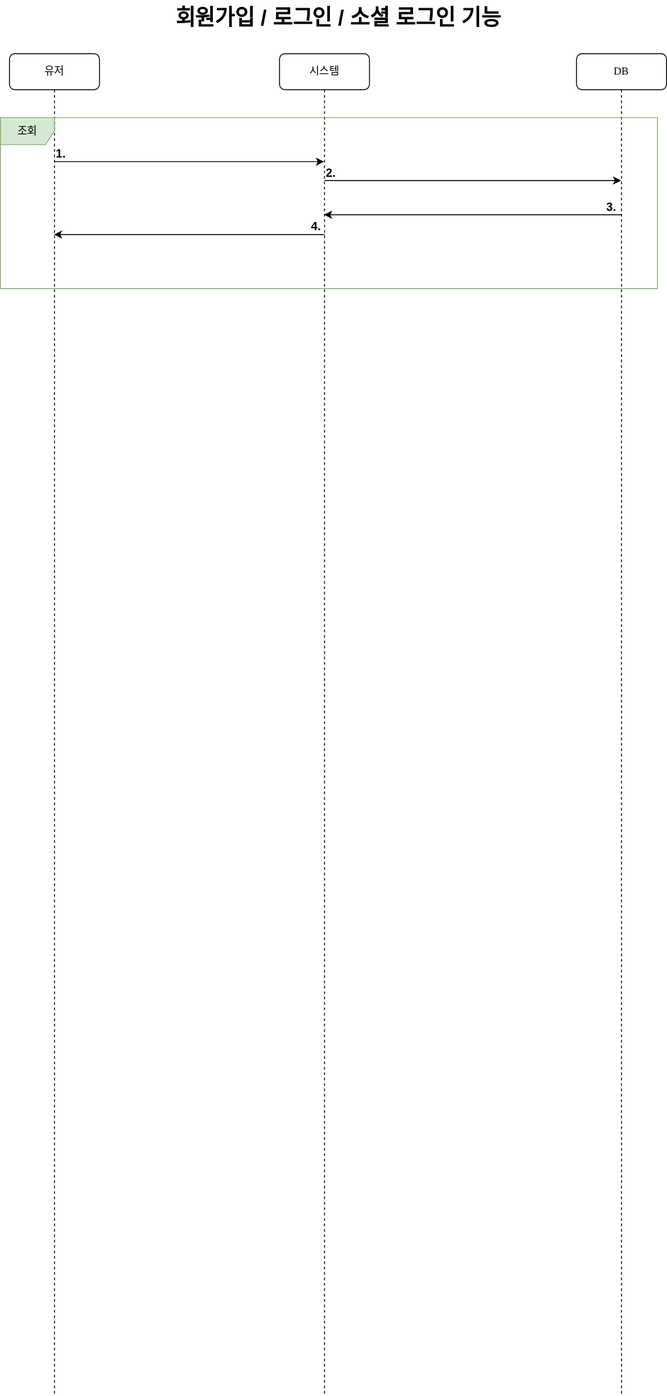
Above: documents/sequence-diagram-login.drawio.svg in mrcocoball/To-Dolist (draw.io), before the change. Source tidied: cells renumbered, new cells last; positions are measured from the earlier drawing's top-left corner, leaving out a move shared by most shapes.
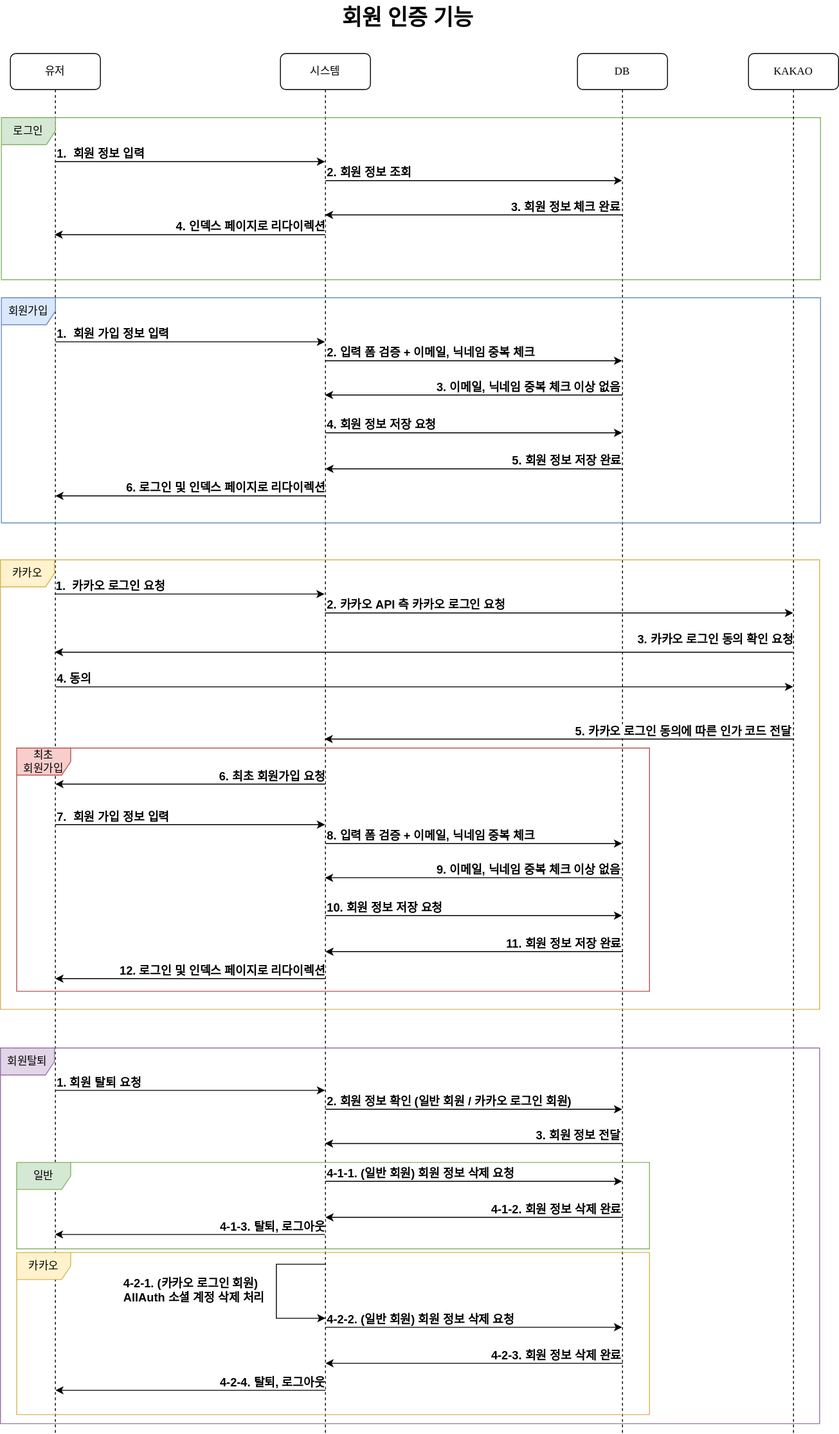
The same diagram one commit later.

Commit message:
#42 - sequence-diagram-login 수정

The edit, as a diff of the source:
```diff
@@ -2,19 +2,28 @@
   <root>
     <mxCell id="0" />
     <mxCell id="1" parent="0" />
-    <mxCell id="2" value="회원가입 / 로그인 / 소셜 로그인 기능" style="text;strokeColor=none;fillColor=none;html=1;fontSize=24;fontStyle=1;verticalAlign=middle;align=center;" parent="1" vertex="1">
-      <mxGeometry x="325" width="100" height="40" as="geometry" />
+    <mxCell id="2" value="회원 인증 기능" style="text;strokeColor=none;fillColor=none;html=1;fontSize=24;fontStyle=1;verticalAlign=middle;align=center;" parent="1" vertex="1">
+      <mxGeometry x="401" width="100" height="40" as="geometry" />
     </mxCell>
     <mxCell id="3" value="시스템" style="shape=umlLifeline;perimeter=lifelinePerimeter;whiteSpace=wrap;html=1;outlineConnect=0;rounded=1;shadow=0;comic=0;labelBackgroundColor=none;strokeWidth=1;fontFamily=Verdana;fontSize=12;align=center;" parent="1" vertex="1">
-      <mxGeometry x="310" y="59" width="100" height="1491" as="geometry" />
+      <mxGeometry x="310" y="59" width="100" height="1531" as="geometry" />
     </mxCell>
     <mxCell id="4" style="endArrow=classic;html=1;rounded=0;" parent="3" edge="1" target="8">
       <mxGeometry relative="1" as="geometry">
         <mxPoint x="50" y="201" as="sourcePoint" />
       </mxGeometry>
     </mxCell>
+    <mxCell id="15" style="endArrow=classic;html=1;rounded=0;edgeStyle=elbowEdgeStyle;" parent="3" edge="1">
+      <mxGeometry relative="1" as="geometry">
+        <mxPoint x="50.5" y="1344" as="sourcePoint" />
+        <mxPoint x="50" y="1404" as="targetPoint" />
+        <Array as="points">
+          <mxPoint x="-4.5" y="1404" />
+        </Array>
+      </mxGeometry>
+    </mxCell>
     <mxCell id="5" value="DB" style="shape=umlLifeline;perimeter=lifelinePerimeter;whiteSpace=wrap;html=1;rounded=1;shadow=0;comic=0;labelBackgroundColor=none;strokeWidth=1;fontFamily=Verdana;fontSize=12;align=center;" parent="1" vertex="1">
-      <mxGeometry x="640" y="59" width="100" height="1491" as="geometry" />
+      <mxGeometry x="640" y="59" width="100" height="1531" as="geometry" />
     </mxCell>
     <mxCell id="6" style="endArrow=classic;html=1;rounded=0;" parent="5" edge="1">
       <mxGeometry relative="1" as="geometry">
@@ -22,11 +31,11 @@
         <mxPoint x="-280.5" y="179" as="targetPoint" />
       </mxGeometry>
     </mxCell>
-    <mxCell id="7" value="3.&amp;nbsp;" style="edgeLabel;html=1;align=right;verticalAlign=middle;fontSize=13;fontStyle=1;" parent="5" vertex="1">
+    <mxCell id="7" value="3. 회원 정보 체크 완료" style="edgeLabel;html=1;align=right;verticalAlign=middle;fontSize=13;fontStyle=1;" parent="5" vertex="1">
       <mxGeometry x="48" y="169" as="geometry" />
     </mxCell>
     <mxCell id="8" value="유저" style="shape=umlLifeline;perimeter=lifelinePerimeter;whiteSpace=wrap;html=1;outlineConnect=0;rounded=1;shadow=0;comic=0;labelBackgroundColor=none;strokeWidth=1;fontFamily=Verdana;fontSize=12;align=center;" parent="1" vertex="1">
-      <mxGeometry x="10" y="59" width="100" height="1491" as="geometry" />
+      <mxGeometry x="10" y="59" width="100" height="1531" as="geometry" />
     </mxCell>
     <mxCell id="9" style="endArrow=classic;html=1;rounded=0;" parent="1" edge="1">
       <mxGeometry relative="1" as="geometry">
@@ -34,7 +43,7 @@
         <mxPoint x="359.5" y="179" as="targetPoint" />
       </mxGeometry>
     </mxCell>
-    <mxCell id="10" value="1.&amp;nbsp;" style="edgeLabel;html=1;align=left;verticalAlign=middle;fontSize=13;fontStyle=1;" parent="9" vertex="1">
+    <mxCell id="10" value="1.&amp;nbsp; 회원 정보 입력" style="edgeLabel;html=1;align=left;verticalAlign=middle;fontSize=13;fontStyle=1;" parent="9" vertex="1">
       <mxGeometry x="-0.25" y="4" relative="1" as="geometry">
         <mxPoint x="-113" y="-6" as="offset" />
       </mxGeometry>
@@ -45,14 +54,288 @@
         <mxPoint x="689.5" y="200" as="targetPoint" />
       </mxGeometry>
     </mxCell>
-    <mxCell id="12" value="2.&amp;nbsp;" style="edgeLabel;html=1;align=left;verticalAlign=middle;fontSize=13;fontStyle=1;" parent="1" vertex="1">
+    <mxCell id="12" value="2. 회원 정보 조회" style="edgeLabel;html=1;align=left;verticalAlign=middle;fontSize=13;fontStyle=1;" parent="1" vertex="1">
       <mxGeometry x="360" y="190" as="geometry" />
     </mxCell>
-    <mxCell id="13" value="4.&amp;nbsp;" style="edgeLabel;html=1;align=right;verticalAlign=middle;fontSize=13;fontStyle=1;" parent="1" vertex="1">
+    <mxCell id="13" value="4. 인덱스 페이지로 리다이렉션" style="edgeLabel;html=1;align=right;verticalAlign=middle;fontSize=13;fontStyle=1;" parent="1" vertex="1">
       <mxGeometry x="360" y="250" as="geometry" />
     </mxCell>
-    <mxCell id="14" value="조회" style="shape=umlFrame;whiteSpace=wrap;html=1;fillColor=#d5e8d4;strokeColor=#82b366;" parent="1" vertex="1">
-      <mxGeometry y="130" width="730" height="190" as="geometry" />
+    <mxCell id="14" value="로그인" style="shape=umlFrame;whiteSpace=wrap;html=1;fillColor=#d5e8d4;strokeColor=#82b366;" parent="1" vertex="1">
+      <mxGeometry y="130" width="910" height="180" as="geometry" />
     </mxCell>
+    <mxCell id="16" style="endArrow=classic;html=1;rounded=0;" parent="1" edge="1">
+      <mxGeometry relative="1" as="geometry">
+        <mxPoint x="360" y="550" as="sourcePoint" />
+        <mxPoint x="60" y="550" as="targetPoint" />
+      </mxGeometry>
+    </mxCell>
+    <mxCell id="17" style="endArrow=classic;html=1;rounded=0;" parent="1" edge="1">
+      <mxGeometry relative="1" as="geometry">
+        <mxPoint x="690" y="438" as="sourcePoint" />
+        <mxPoint x="359.5" y="438" as="targetPoint" />
+      </mxGeometry>
+    </mxCell>
+    <mxCell id="18" value="3. 이메일, 닉네임 중복 체크 이상 없음" style="edgeLabel;html=1;align=right;verticalAlign=middle;fontSize=13;fontStyle=1;" parent="1" vertex="1">
+      <mxGeometry x="688" y="428" as="geometry" />
+    </mxCell>
+    <mxCell id="19" style="endArrow=classic;html=1;rounded=0;" parent="1" edge="1">
+      <mxGeometry relative="1" as="geometry">
+        <mxPoint x="60" y="379" as="sourcePoint" />
+        <mxPoint x="359.5" y="379" as="targetPoint" />
+      </mxGeometry>
+    </mxCell>
+    <mxCell id="20" value="1.&amp;nbsp; 회원 가입 정보 입력" style="edgeLabel;html=1;align=left;verticalAlign=middle;fontSize=13;fontStyle=1;" parent="19" vertex="1">
+      <mxGeometry x="-0.25" y="4" relative="1" as="geometry">
+        <mxPoint x="-113" y="-6" as="offset" />
+      </mxGeometry>
+    </mxCell>
+    <mxCell id="21" style="endArrow=classic;html=1;rounded=0;" parent="1" edge="1">
+      <mxGeometry relative="1" as="geometry">
+        <mxPoint x="360" y="400" as="sourcePoint" />
+        <mxPoint x="689.5" y="400" as="targetPoint" />
+      </mxGeometry>
+    </mxCell>
+    <mxCell id="22" value="2. 입력 폼 검증 + 이메일, 닉네임 중복 체크" style="edgeLabel;html=1;align=left;verticalAlign=middle;fontSize=13;fontStyle=1;" parent="1" vertex="1">
+      <mxGeometry x="360" y="390" as="geometry" />
+    </mxCell>
+    <mxCell id="23" value="6. 로그인 및 인덱스 페이지로 리다이렉션" style="edgeLabel;html=1;align=right;verticalAlign=middle;fontSize=13;fontStyle=1;" parent="1" vertex="1">
+      <mxGeometry x="360" y="540" as="geometry" />
+    </mxCell>
+    <mxCell id="24" value="회원가입" style="shape=umlFrame;whiteSpace=wrap;html=1;fillColor=#dae8fc;strokeColor=#6c8ebf;" parent="1" vertex="1">
+      <mxGeometry y="330" width="910" height="250" as="geometry" />
+    </mxCell>
+    <mxCell id="25" style="endArrow=classic;html=1;rounded=0;" parent="1" edge="1">
+      <mxGeometry relative="1" as="geometry">
+        <mxPoint x="360" y="480" as="sourcePoint" />
+        <mxPoint x="689.5" y="480" as="targetPoint" />
+      </mxGeometry>
+    </mxCell>
+    <mxCell id="26" value="4. 회원 정보 저장 요청" style="edgeLabel;html=1;align=left;verticalAlign=middle;fontSize=13;fontStyle=1;" parent="1" vertex="1">
+      <mxGeometry x="360" y="470" as="geometry" />
+    </mxCell>
+    <mxCell id="27" style="endArrow=classic;html=1;rounded=0;" parent="1" edge="1">
+      <mxGeometry relative="1" as="geometry">
+        <mxPoint x="690.5" y="520" as="sourcePoint" />
+        <mxPoint x="360" y="520" as="targetPoint" />
+      </mxGeometry>
+    </mxCell>
+    <mxCell id="28" value="5. 회원 정보 저장 완료" style="edgeLabel;html=1;align=right;verticalAlign=middle;fontSize=13;fontStyle=1;" parent="1" vertex="1">
+      <mxGeometry x="688.5" y="510" as="geometry" />
+    </mxCell>
+    <mxCell id="29" style="endArrow=classic;html=1;rounded=0;" parent="1" edge="1">
+      <mxGeometry relative="1" as="geometry">
+        <mxPoint x="879.5" y="723.5" as="sourcePoint" />
+        <mxPoint x="59.5" y="723.5" as="targetPoint" />
+      </mxGeometry>
+    </mxCell>
+    <mxCell id="30" value="3. 카카오 로그인 동의 확인 요청" style="edgeLabel;html=1;align=right;verticalAlign=middle;fontSize=13;fontStyle=1;" parent="1" vertex="1">
+      <mxGeometry x="880" y="708" as="geometry" />
+    </mxCell>
+    <mxCell id="31" style="endArrow=classic;html=1;rounded=0;" parent="1" edge="1">
+      <mxGeometry relative="1" as="geometry">
+        <mxPoint x="59.5" y="659" as="sourcePoint" />
+        <mxPoint x="359" y="659" as="targetPoint" />
+      </mxGeometry>
+    </mxCell>
+    <mxCell id="32" value="1.&amp;nbsp; 카카오 로그인 요청" style="edgeLabel;html=1;align=left;verticalAlign=middle;fontSize=13;fontStyle=1;" parent="31" vertex="1">
+      <mxGeometry x="-0.25" y="4" relative="1" as="geometry">
+        <mxPoint x="-113" y="-6" as="offset" />
+      </mxGeometry>
+    </mxCell>
+    <mxCell id="33" style="endArrow=classic;html=1;rounded=0;" parent="1" edge="1" target="35">
+      <mxGeometry relative="1" as="geometry">
+        <mxPoint x="359.5" y="680" as="sourcePoint" />
+      </mxGeometry>
+    </mxCell>
+    <mxCell id="34" value="2. 카카오 API 측 카카오 로그인 요청" style="edgeLabel;html=1;align=left;verticalAlign=middle;fontSize=13;fontStyle=1;" parent="1" vertex="1">
+      <mxGeometry x="359.5" y="670" as="geometry" />
+    </mxCell>
+    <mxCell id="35" value="KAKAO" style="shape=umlLifeline;perimeter=lifelinePerimeter;whiteSpace=wrap;html=1;outlineConnect=0;rounded=1;shadow=0;comic=0;labelBackgroundColor=none;strokeWidth=1;fontFamily=Verdana;fontSize=12;align=center;" parent="1" vertex="1">
+      <mxGeometry x="830" y="59" width="100" height="1531" as="geometry" />
+    </mxCell>
+    <mxCell id="36" style="endArrow=classic;html=1;rounded=0;" parent="1" edge="1" target="35">
+      <mxGeometry relative="1" as="geometry">
+        <mxPoint x="60.5" y="762" as="sourcePoint" />
+      </mxGeometry>
+    </mxCell>
+    <mxCell id="37" value="4. 동의" style="edgeLabel;html=1;align=left;verticalAlign=middle;fontSize=13;fontStyle=1;" parent="36" vertex="1">
+      <mxGeometry x="-0.25" y="4" relative="1" as="geometry">
+        <mxPoint x="-309" y="-6" as="offset" />
+      </mxGeometry>
+    </mxCell>
+    <mxCell id="38" style="endArrow=classic;html=1;rounded=0;" parent="1" edge="1" target="3">
+      <mxGeometry relative="1" as="geometry">
+        <mxPoint x="880" y="820" as="sourcePoint" />
+      </mxGeometry>
+    </mxCell>
+    <mxCell id="39" value="5. 카카오 로그인 동의에 따른 인가 코드 전달" style="edgeLabel;html=1;align=right;verticalAlign=middle;fontSize=13;fontStyle=1;" parent="1" vertex="1">
+      <mxGeometry x="878" y="810" as="geometry" />
+    </mxCell>
+    <mxCell id="40" value="6. 최초 회원가입 요청" style="edgeLabel;html=1;align=right;verticalAlign=middle;fontSize=13;fontStyle=1;" parent="1" vertex="1">
+      <mxGeometry x="360" y="860" as="geometry" />
+    </mxCell>
+    <mxCell id="41" style="endArrow=classic;html=1;rounded=0;" parent="1" edge="1">
+      <mxGeometry relative="1" as="geometry">
+        <mxPoint x="360" y="870" as="sourcePoint" />
+        <mxPoint x="60" y="870" as="targetPoint" />
+      </mxGeometry>
+    </mxCell>
+    <mxCell id="42" style="endArrow=classic;html=1;rounded=0;" parent="1" edge="1">
+      <mxGeometry relative="1" as="geometry">
+        <mxPoint x="360" y="1086" as="sourcePoint" />
+        <mxPoint x="60" y="1086" as="targetPoint" />
+      </mxGeometry>
+    </mxCell>
+    <mxCell id="43" style="endArrow=classic;html=1;rounded=0;" parent="1" edge="1">
+      <mxGeometry relative="1" as="geometry">
+        <mxPoint x="690" y="974" as="sourcePoint" />
+        <mxPoint x="359.5" y="974" as="targetPoint" />
+      </mxGeometry>
+    </mxCell>
+    <mxCell id="44" value="9. 이메일, 닉네임 중복 체크 이상 없음" style="edgeLabel;html=1;align=right;verticalAlign=middle;fontSize=13;fontStyle=1;" parent="1" vertex="1">
+      <mxGeometry x="688" y="964" as="geometry" />
+    </mxCell>
+    <mxCell id="45" style="endArrow=classic;html=1;rounded=0;" parent="1" edge="1">
+      <mxGeometry relative="1" as="geometry">
+        <mxPoint x="60" y="915" as="sourcePoint" />
+        <mxPoint x="359.5" y="915" as="targetPoint" />
+      </mxGeometry>
+    </mxCell>
+    <mxCell id="46" value="7.&amp;nbsp; 회원 가입 정보 입력" style="edgeLabel;html=1;align=left;verticalAlign=middle;fontSize=13;fontStyle=1;" parent="45" vertex="1">
+      <mxGeometry x="-0.25" y="4" relative="1" as="geometry">
+        <mxPoint x="-113" y="-6" as="offset" />
+      </mxGeometry>
+    </mxCell>
+    <mxCell id="47" style="endArrow=classic;html=1;rounded=0;" parent="1" edge="1">
+      <mxGeometry relative="1" as="geometry">
+        <mxPoint x="360" y="936" as="sourcePoint" />
+        <mxPoint x="689.5" y="936" as="targetPoint" />
+      </mxGeometry>
+    </mxCell>
+    <mxCell id="48" value="8. 입력 폼 검증 + 이메일, 닉네임 중복 체크" style="edgeLabel;html=1;align=left;verticalAlign=middle;fontSize=13;fontStyle=1;" parent="1" vertex="1">
+      <mxGeometry x="360" y="926" as="geometry" />
+    </mxCell>
+    <mxCell id="49" value="12. 로그인 및 인덱스 페이지로 리다이렉션" style="edgeLabel;html=1;align=right;verticalAlign=middle;fontSize=13;fontStyle=1;" parent="1" vertex="1">
+      <mxGeometry x="360" y="1076" as="geometry" />
+    </mxCell>
+    <mxCell id="50" style="endArrow=classic;html=1;rounded=0;" parent="1" edge="1">
+      <mxGeometry relative="1" as="geometry">
+        <mxPoint x="360" y="1016" as="sourcePoint" />
+        <mxPoint x="689.5" y="1016" as="targetPoint" />
+      </mxGeometry>
+    </mxCell>
+    <mxCell id="51" value="10. 회원 정보 저장 요청" style="edgeLabel;html=1;align=left;verticalAlign=middle;fontSize=13;fontStyle=1;" parent="1" vertex="1">
+      <mxGeometry x="360" y="1006" as="geometry" />
+    </mxCell>
+    <mxCell id="52" style="endArrow=classic;html=1;rounded=0;" parent="1" edge="1">
+      <mxGeometry relative="1" as="geometry">
+        <mxPoint x="690.5" y="1056" as="sourcePoint" />
+        <mxPoint x="360" y="1056" as="targetPoint" />
+      </mxGeometry>
+    </mxCell>
+    <mxCell id="53" value="11. 회원 정보 저장 완료" style="edgeLabel;html=1;align=right;verticalAlign=middle;fontSize=13;fontStyle=1;" parent="1" vertex="1">
+      <mxGeometry x="688.5" y="1046" as="geometry" />
+    </mxCell>
+    <mxCell id="54" value="카카오" style="shape=umlFrame;whiteSpace=wrap;html=1;fillColor=#fff2cc;strokeColor=#d6b656;" parent="1" vertex="1">
+      <mxGeometry x="-1" y="621" width="910" height="499" as="geometry" />
+    </mxCell>
+    <mxCell id="55" value="최초 &lt;br&gt;회원가입" style="shape=umlFrame;whiteSpace=wrap;html=1;fillColor=#f8cecc;strokeColor=#b85450;" parent="1" vertex="1">
+      <mxGeometry x="17" y="830" width="703" height="270" as="geometry" />
+    </mxCell>
+    <mxCell id="56" style="endArrow=classic;html=1;rounded=0;" parent="1" edge="1">
+      <mxGeometry relative="1" as="geometry">
+        <mxPoint x="360" y="1543" as="sourcePoint" />
+        <mxPoint x="60" y="1543" as="targetPoint" />
+      </mxGeometry>
+    </mxCell>
+    <mxCell id="57" style="endArrow=classic;html=1;rounded=0;" parent="1" edge="1">
+      <mxGeometry relative="1" as="geometry">
+        <mxPoint x="690" y="1269" as="sourcePoint" />
+        <mxPoint x="359.5" y="1269" as="targetPoint" />
+      </mxGeometry>
+    </mxCell>
+    <mxCell id="58" value="3. 회원 정보 전달" style="edgeLabel;html=1;align=right;verticalAlign=middle;fontSize=13;fontStyle=1;" parent="1" vertex="1">
+      <mxGeometry x="688" y="1259" as="geometry" />
+    </mxCell>
+    <mxCell id="59" style="endArrow=classic;html=1;rounded=0;" parent="1" edge="1">
+      <mxGeometry relative="1" as="geometry">
+        <mxPoint x="60" y="1210" as="sourcePoint" />
+        <mxPoint x="359.5" y="1210" as="targetPoint" />
+      </mxGeometry>
+    </mxCell>
+    <mxCell id="60" value="1. 회원 탈퇴 요청" style="edgeLabel;html=1;align=left;verticalAlign=middle;fontSize=13;fontStyle=1;" parent="59" vertex="1">
+      <mxGeometry x="-0.25" y="4" relative="1" as="geometry">
+        <mxPoint x="-113" y="-6" as="offset" />
+      </mxGeometry>
+    </mxCell>
+    <mxCell id="61" style="endArrow=classic;html=1;rounded=0;" parent="1" edge="1">
+      <mxGeometry relative="1" as="geometry">
+        <mxPoint x="360" y="1231" as="sourcePoint" />
+        <mxPoint x="689.5" y="1231" as="targetPoint" />
+      </mxGeometry>
+    </mxCell>
+    <mxCell id="62" value="2. 회원 정보 확인 (일반 회원 / 카카오 로그인 회원)" style="edgeLabel;html=1;align=left;verticalAlign=middle;fontSize=13;fontStyle=1;" parent="1" vertex="1">
+      <mxGeometry x="360" y="1221" as="geometry" />
+    </mxCell>
+    <mxCell id="63" value="4-2-4. 탈퇴, 로그아웃" style="edgeLabel;html=1;align=right;verticalAlign=middle;fontSize=13;fontStyle=1;" parent="1" vertex="1">
+      <mxGeometry x="360" y="1533" as="geometry" />
+    </mxCell>
+    <mxCell id="64" style="endArrow=classic;html=1;rounded=0;" parent="1" edge="1">
+      <mxGeometry relative="1" as="geometry">
+        <mxPoint x="360" y="1311" as="sourcePoint" />
+        <mxPoint x="689.5" y="1311" as="targetPoint" />
+      </mxGeometry>
+    </mxCell>
+    <mxCell id="65" value="4-1-1. (일반 회원) 회원 정보 삭제 요청" style="edgeLabel;html=1;align=left;verticalAlign=middle;fontSize=13;fontStyle=1;" parent="1" vertex="1">
+      <mxGeometry x="360" y="1301" as="geometry" />
+    </mxCell>
+    <mxCell id="66" style="endArrow=classic;html=1;rounded=0;" parent="1" edge="1">
+      <mxGeometry relative="1" as="geometry">
+        <mxPoint x="690.5" y="1351" as="sourcePoint" />
+        <mxPoint x="360" y="1351" as="targetPoint" />
+      </mxGeometry>
+    </mxCell>
+    <mxCell id="67" value="4-1-2. 회원 정보 삭제 완료" style="edgeLabel;html=1;align=right;verticalAlign=middle;fontSize=13;fontStyle=1;" parent="1" vertex="1">
+      <mxGeometry x="688.5" y="1341" as="geometry" />
+    </mxCell>
+    <mxCell id="68" style="endArrow=classic;html=1;rounded=0;" parent="1" edge="1">
+      <mxGeometry relative="1" as="geometry">
+        <mxPoint x="360" y="1473" as="sourcePoint" />
+        <mxPoint x="689.5" y="1473" as="targetPoint" />
+      </mxGeometry>
+    </mxCell>
+    <mxCell id="69" value="4-2-2. (일반 회원) 회원 정보 삭제 요청" style="edgeLabel;html=1;align=left;verticalAlign=middle;fontSize=13;fontStyle=1;" parent="1" vertex="1">
+      <mxGeometry x="360" y="1463" as="geometry" />
+    </mxCell>
+    <mxCell id="70" style="endArrow=classic;html=1;rounded=0;" parent="1" edge="1">
+      <mxGeometry relative="1" as="geometry">
+        <mxPoint x="690.5" y="1513" as="sourcePoint" />
+        <mxPoint x="360" y="1513" as="targetPoint" />
+      </mxGeometry>
+    </mxCell>
+    <mxCell id="71" value="4-2-3. 회원 정보 삭제 완료" style="edgeLabel;html=1;align=right;verticalAlign=middle;fontSize=13;fontStyle=1;" parent="1" vertex="1">
+      <mxGeometry x="688.5" y="1503" as="geometry" />
+    </mxCell>
+    <mxCell id="72" style="endArrow=classic;html=1;rounded=0;" parent="1" edge="1">
+      <mxGeometry relative="1" as="geometry">
+        <mxPoint x="359.5" y="1370" as="sourcePoint" />
+        <mxPoint x="59.5" y="1370" as="targetPoint" />
+      </mxGeometry>
+    </mxCell>
+    <mxCell id="73" value="4-1-3. 탈퇴, 로그아웃" style="edgeLabel;html=1;align=right;verticalAlign=middle;fontSize=13;fontStyle=1;" parent="1" vertex="1">
+      <mxGeometry x="359.5" y="1360" as="geometry" />
+    </mxCell>
+    <mxCell id="74" value="4-2-1. (카카오 로그인 회원)&lt;br&gt;AllAuth 소셜 계정 삭제 처리" style="edgeLabel;html=1;align=left;verticalAlign=middle;fontSize=13;fontStyle=1;" parent="1" vertex="1">
+      <mxGeometry x="134" y="1431" as="geometry" />
+    </mxCell>
+    <mxCell id="75" value="일반" style="shape=umlFrame;whiteSpace=wrap;html=1;fillColor=#d5e8d4;strokeColor=#82b366;" parent="1" vertex="1">
+      <mxGeometry x="17" y="1290" width="703" height="96" as="geometry" />
+    </mxCell>
+    <mxCell id="76" value="카카오" style="shape=umlFrame;whiteSpace=wrap;html=1;fillColor=#fff2cc;strokeColor=#d6b656;" parent="1" vertex="1">
+      <mxGeometry x="17" y="1390" width="703" height="180" as="geometry" />
+    </mxCell>
+    <mxCell id="77" value="회원탈퇴" style="shape=umlFrame;whiteSpace=wrap;html=1;fillColor=#e1d5e7;strokeColor=#9673a6;" parent="1" vertex="1">
+      <mxGeometry x="-1" y="1163" width="910" height="417" as="geometry" />
+    </mxCell>
   </root>
 </mxGraphModel>
```
